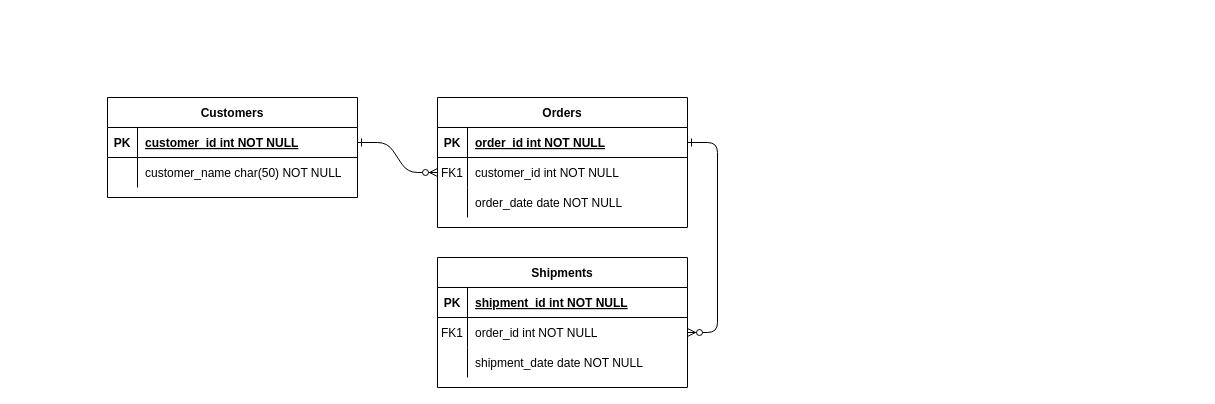
The draw.io diagram Untitled Diagram.drawio in TobiasRoland123/work, before the edit. Source tidied: cells renumbered, new cells numbered last; positions are measured from the earlier drawing's top-left corner, leaving out a move shared by most shapes. Both pictures are drawn from the tidied source at 100%, with x=0, y=0 at pixel (107, 97).
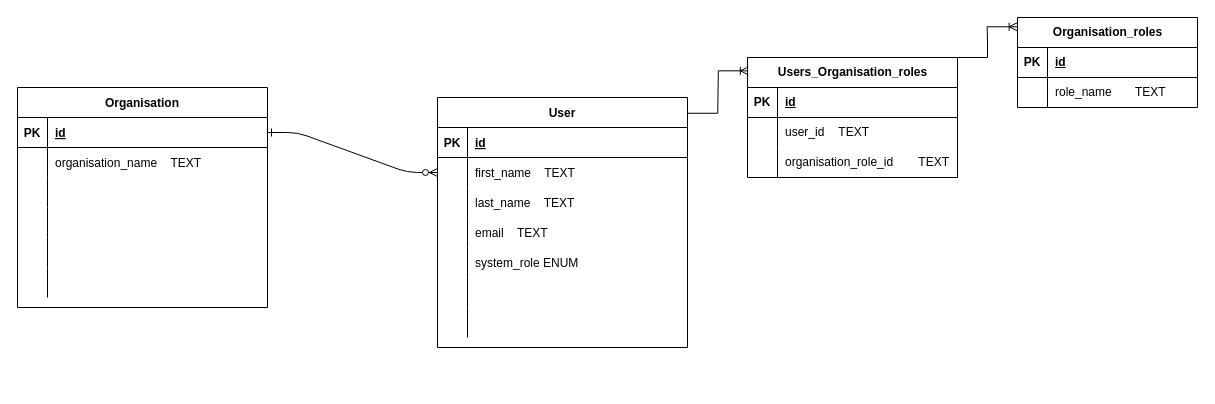
After the change.

Change to the diagram source:
```diff
@@
-    <mxCell id="2" style="edgeStyle=entityRelationEdgeStyle;endArrow=ERzeroToMany;startArrow=ERone;endFill=1;startFill=0;" parent="1" edge="1" source="25" target="8">
+    <mxCell id="2" style="edgeStyle=entityRelationEdgeStyle;endArrow=ERzeroToMany;startArrow=ERone;endFill=1;startFill=0;labelBackgroundColor=none;fontColor=default;" parent="1" edge="1" source="25" target="8">
       <mxGeometry relative="1" as="geometry" />
     </mxCell>
-    <mxCell id="3" style="edgeStyle=entityRelationEdgeStyle;endArrow=ERzeroToMany;startArrow=ERone;endFill=1;startFill=0;" parent="1" edge="1" source="5" target="18">
-      <mxGeometry relative="1" as="geometry" />
-    </mxCell>
-    <mxCell id="4" value="Orders" style="shape=table;startSize=30;childLayout=tableLayout;rowLines=0;fontStyle=1;align=center;" parent="1" vertex="1">
-      <mxGeometry x="330" width="250" height="130" as="geometry" />
+    <mxCell id="4" value="User" style="shape=table;startSize=30;childLayout=tableLayout;rowLines=0;fontStyle=1;align=center;labelBackgroundColor=none;" parent="1" vertex="1">
+      <mxGeometry x="330" width="250" height="250" as="geometry" />
     </mxCell>
-    <mxCell id="5" style="shape=partialRectangle;fillColor=none;points=[[0,0.5],[1,0.5]];portConstraint=eastwest;top=0;left=0;right=0;bottom=1;" parent="4" vertex="1">
+    <mxCell id="5" style="shape=partialRectangle;fillColor=none;points=[[0,0.5],[1,0.5]];portConstraint=eastwest;top=0;left=0;right=0;bottom=1;labelBackgroundColor=none;" parent="4" vertex="1">
       <mxGeometry y="30" width="250" height="30" as="geometry" />
     </mxCell>
-    <mxCell id="6" value="PK" style="shape=partialRectangle;overflow=hidden;fillColor=none;top=0;left=0;bottom=0;right=0;fontStyle=1;" parent="5" vertex="1">
+    <mxCell id="6" value="PK" style="shape=partialRectangle;overflow=hidden;fillColor=none;top=0;left=0;bottom=0;right=0;fontStyle=1;labelBackgroundColor=none;" parent="5" vertex="1">
       <mxGeometry width="30" height="30" as="geometry" />
     </mxCell>
-    <mxCell id="7" value="order_id int NOT NULL " style="shape=partialRectangle;overflow=hidden;fillColor=none;top=0;left=0;bottom=0;right=0;align=left;spacingLeft=6;fontStyle=5;" parent="5" vertex="1">
+    <mxCell id="7" value="id" style="shape=partialRectangle;overflow=hidden;fillColor=none;top=0;left=0;bottom=0;right=0;align=left;spacingLeft=6;fontStyle=5;labelBackgroundColor=none;" parent="5" vertex="1">
       <mxGeometry x="30" width="220" height="30" as="geometry" />
     </mxCell>
-    <mxCell id="8" style="shape=partialRectangle;fillColor=none;points=[[0,0.5],[1,0.5]];portConstraint=eastwest;top=0;left=0;right=0;bottom=0;" parent="4" vertex="1">
+    <mxCell id="8" style="shape=partialRectangle;fillColor=none;points=[[0,0.5],[1,0.5]];portConstraint=eastwest;top=0;left=0;right=0;bottom=0;labelBackgroundColor=none;" parent="4" vertex="1">
       <mxGeometry y="60" width="250" height="30" as="geometry" />
     </mxCell>
-    <mxCell id="9" value="FK1" style="shape=partialRectangle;overflow=hidden;fillColor=none;top=0;left=0;bottom=0;right=0;" parent="8" vertex="1">
+    <mxCell id="9" style="shape=partialRectangle;overflow=hidden;fillColor=none;top=0;left=0;bottom=0;right=0;labelBackgroundColor=none;" parent="8" vertex="1">
       <mxGeometry width="30" height="30" as="geometry" />
     </mxCell>
-    <mxCell id="10" value="customer_id int NOT NULL" style="shape=partialRectangle;overflow=hidden;fillColor=none;top=0;left=0;bottom=0;right=0;align=left;spacingLeft=6;" parent="8" vertex="1">
+    <mxCell id="10" value="first_name    TEXT" style="shape=partialRectangle;overflow=hidden;fillColor=none;top=0;left=0;bottom=0;right=0;align=left;spacingLeft=6;labelBackgroundColor=none;" parent="8" vertex="1">
       <mxGeometry x="30" width="220" height="30" as="geometry" />
     </mxCell>
-    <mxCell id="11" style="shape=partialRectangle;fillColor=none;top=0;left=0;right=0;bottom=0;" parent="4" vertex="1">
+    <mxCell id="11" style="shape=partialRectangle;fillColor=none;top=0;left=0;right=0;bottom=0;labelBackgroundColor=none;" parent="4" vertex="1">
       <mxGeometry y="90" width="250" height="30" as="geometry" />
     </mxCell>
-    <mxCell id="12" style="shape=partialRectangle;overflow=hidden;fillColor=none;top=0;left=0;bottom=0;right=0;" parent="11" vertex="1">
+    <mxCell id="12" style="shape=partialRectangle;overflow=hidden;fillColor=none;top=0;left=0;bottom=0;right=0;labelBackgroundColor=none;" parent="11" vertex="1">
       <mxGeometry width="30" height="30" as="geometry" />
     </mxCell>
-    <mxCell id="13" value="order_date date NOT NULL" style="shape=partialRectangle;overflow=hidden;fillColor=none;top=0;left=0;bottom=0;right=0;align=left;spacingLeft=6;" parent="11" vertex="1">
+    <mxCell id="13" value="last_name    TEXT" style="shape=partialRectangle;overflow=hidden;fillColor=none;top=0;left=0;bottom=0;right=0;align=left;spacingLeft=6;labelBackgroundColor=none;" parent="11" vertex="1">
       <mxGeometry x="30" width="220" height="30" as="geometry" />
     </mxCell>
-    <mxCell id="14" value="Shipments" style="shape=table;startSize=30;childLayout=tableLayout;rowLines=0;fontStyle=1;align=center;" parent="1" vertex="1">
-      <mxGeometry x="330" y="160" width="250" height="130" as="geometry" />
-    </mxCell>
-    <mxCell id="15" style="shape=partialRectangle;fillColor=none;top=0;left=0;right=0;bottom=1;" parent="14" vertex="1">
-      <mxGeometry y="30" width="250" height="30" as="geometry" />
-    </mxCell>
-    <mxCell id="16" value="PK" style="shape=partialRectangle;overflow=hidden;fillColor=none;top=0;left=0;bottom=0;right=0;fontStyle=1;" parent="15" vertex="1">
-      <mxGeometry width="30" height="30" as="geometry" />
-    </mxCell>
-    <mxCell id="17" value="shipment_id int NOT NULL " style="shape=partialRectangle;overflow=hidden;fillColor=none;top=0;left=0;bottom=0;right=0;align=left;spacingLeft=6;fontStyle=5;" parent="15" vertex="1">
-      <mxGeometry x="30" width="220" height="30" as="geometry" />
-    </mxCell>
-    <mxCell id="18" style="shape=partialRectangle;fillColor=none;points=[[0,0.5],[1,0.5]];portConstraint=eastwest;top=0;left=0;right=0;bottom=0;" parent="14" vertex="1">
-      <mxGeometry y="60" width="250" height="30" as="geometry" />
-    </mxCell>
-    <mxCell id="19" value="FK1" style="shape=partialRectangle;overflow=hidden;fillColor=none;top=0;left=0;bottom=0;right=0;" parent="18" vertex="1">
-      <mxGeometry width="30" height="30" as="geometry" />
-    </mxCell>
-    <mxCell id="20" value="order_id int NOT NULL" style="shape=partialRectangle;overflow=hidden;fillColor=none;top=0;left=0;bottom=0;right=0;align=left;spacingLeft=6;" parent="18" vertex="1">
-      <mxGeometry x="30" width="220" height="30" as="geometry" />
-    </mxCell>
-    <mxCell id="21" style="shape=partialRectangle;fillColor=none;top=0;left=0;right=0;bottom=0;" parent="14" vertex="1">
-      <mxGeometry y="90" width="250" height="30" as="geometry" />
-    </mxCell>
-    <mxCell id="22" style="shape=partialRectangle;overflow=hidden;fillColor=none;top=0;left=0;bottom=0;right=0;" parent="21" vertex="1">
-      <mxGeometry width="30" height="30" as="geometry" />
-    </mxCell>
-    <mxCell id="23" value="shipment_date date NOT NULL" style="shape=partialRectangle;overflow=hidden;fillColor=none;top=0;left=0;bottom=0;right=0;align=left;spacingLeft=6;" parent="21" vertex="1">
-      <mxGeometry x="30" width="220" height="30" as="geometry" />
-    </mxCell>
+    <mxCell id="31" style="shape=partialRectangle;fillColor=none;top=0;left=0;right=0;bottom=0;labelBackgroundColor=none;" parent="4" vertex="1">
+      <mxGeometry y="120" width="250" height="30" as="geometry" />
+    </mxCell>
+    <mxCell id="32" style="shape=partialRectangle;overflow=hidden;fillColor=none;top=0;left=0;bottom=0;right=0;labelBackgroundColor=none;" parent="31" vertex="1">
+      <mxGeometry width="30" height="30" as="geometry" />
+    </mxCell>
+    <mxCell id="33" value="email    TEXT" style="shape=partialRectangle;overflow=hidden;fillColor=none;top=0;left=0;bottom=0;right=0;align=left;spacingLeft=6;labelBackgroundColor=none;" parent="31" vertex="1">
+      <mxGeometry x="30" width="220" height="30" as="geometry" />
+    </mxCell>
+    <mxCell id="34" style="shape=partialRectangle;fillColor=none;top=0;left=0;right=0;bottom=0;labelBackgroundColor=none;" parent="4" vertex="1">
+      <mxGeometry y="150" width="250" height="30" as="geometry" />
+    </mxCell>
+    <mxCell id="35" style="shape=partialRectangle;overflow=hidden;fillColor=none;top=0;left=0;bottom=0;right=0;labelBackgroundColor=none;" parent="34" vertex="1">
+      <mxGeometry width="30" height="30" as="geometry" />
+    </mxCell>
+    <mxCell id="36" value="system_role ENUM" style="shape=partialRectangle;overflow=hidden;fillColor=none;top=0;left=0;bottom=0;right=0;align=left;spacingLeft=6;labelBackgroundColor=none;" parent="34" vertex="1">
+      <mxGeometry x="30" width="220" height="30" as="geometry" />
+    </mxCell>
+    <mxCell id="37" style="shape=partialRectangle;fillColor=none;top=0;left=0;right=0;bottom=0;labelBackgroundColor=none;" parent="4" vertex="1">
+      <mxGeometry y="180" width="250" height="30" as="geometry" />
+    </mxCell>
+    <mxCell id="38" style="shape=partialRectangle;overflow=hidden;fillColor=none;top=0;left=0;bottom=0;right=0;labelBackgroundColor=none;" parent="37" vertex="1">
+      <mxGeometry width="30" height="30" as="geometry" />
+    </mxCell>
+    <mxCell id="39" style="shape=partialRectangle;overflow=hidden;fillColor=none;top=0;left=0;bottom=0;right=0;align=left;spacingLeft=6;labelBackgroundColor=none;" parent="37" vertex="1">
+      <mxGeometry x="30" width="220" height="30" as="geometry" />
+    </mxCell>
+    <mxCell id="40" style="shape=partialRectangle;fillColor=none;top=0;left=0;right=0;bottom=0;labelBackgroundColor=none;" parent="4" vertex="1">
+      <mxGeometry y="210" width="250" height="30" as="geometry" />
+    </mxCell>
+    <mxCell id="41" style="shape=partialRectangle;overflow=hidden;fillColor=none;top=0;left=0;bottom=0;right=0;labelBackgroundColor=none;" parent="40" vertex="1">
+      <mxGeometry width="30" height="30" as="geometry" />
+    </mxCell>
+    <mxCell id="42" style="shape=partialRectangle;overflow=hidden;fillColor=none;top=0;left=0;bottom=0;right=0;align=left;spacingLeft=6;labelBackgroundColor=none;" parent="40" vertex="1">
+      <mxGeometry x="30" width="220" height="30" as="geometry" />
+    </mxCell>
-    <mxCell id="24" value="Customers" style="shape=table;startSize=30;childLayout=tableLayout;rowLines=0;fontStyle=1;align=center;" parent="1" vertex="1">
-      <mxGeometry width="250" height="100" as="geometry" />
+    <mxCell id="24" value="Organisation" style="shape=table;startSize=30;childLayout=tableLayout;rowLines=0;fontStyle=1;align=center;labelBackgroundColor=none;" parent="1" vertex="1">
+      <mxGeometry x="-90" y="-10" width="250" height="220" as="geometry" />
     </mxCell>
-    <mxCell id="25" style="shape=partialRectangle;fillColor=none;points=[[0,0.5],[1,0.5]];portConstraint=eastwest;top=0;left=0;right=0;bottom=1;" parent="24" vertex="1">
+    <mxCell id="25" style="shape=partialRectangle;fillColor=none;points=[[0,0.5],[1,0.5]];portConstraint=eastwest;top=0;left=0;right=0;bottom=1;labelBackgroundColor=none;" parent="24" vertex="1">
       <mxGeometry y="30" width="250" height="30" as="geometry" />
     </mxCell>
-    <mxCell id="26" value="PK" style="shape=partialRectangle;overflow=hidden;fillColor=none;top=0;left=0;bottom=0;right=0;fontStyle=1;" parent="25" vertex="1">
+    <mxCell id="26" value="PK" style="shape=partialRectangle;overflow=hidden;fillColor=none;top=0;left=0;bottom=0;right=0;fontStyle=1;labelBackgroundColor=none;" parent="25" vertex="1">
       <mxGeometry width="30" height="30" as="geometry" />
     </mxCell>
-    <mxCell id="27" value="customer_id int NOT NULL " style="shape=partialRectangle;overflow=hidden;fillColor=none;top=0;left=0;bottom=0;right=0;align=left;spacingLeft=6;fontStyle=5;" parent="25" vertex="1">
+    <mxCell id="27" value="id" style="shape=partialRectangle;overflow=hidden;fillColor=none;top=0;left=0;bottom=0;right=0;align=left;spacingLeft=6;fontStyle=5;labelBackgroundColor=none;" parent="25" vertex="1">
       <mxGeometry x="30" width="220" height="30" as="geometry" />
     </mxCell>
-    <mxCell id="28" style="shape=partialRectangle;fillColor=none;top=0;left=0;right=0;bottom=0;" parent="24" vertex="1">
+    <mxCell id="28" style="shape=partialRectangle;fillColor=none;top=0;left=0;right=0;bottom=0;labelBackgroundColor=none;" parent="24" vertex="1">
       <mxGeometry y="60" width="250" height="30" as="geometry" />
     </mxCell>
-    <mxCell id="29" style="shape=partialRectangle;overflow=hidden;fillColor=none;top=0;left=0;bottom=0;right=0;" parent="28" vertex="1">
+    <mxCell id="29" style="shape=partialRectangle;overflow=hidden;fillColor=none;top=0;left=0;bottom=0;right=0;labelBackgroundColor=none;" parent="28" vertex="1">
       <mxGeometry width="30" height="30" as="geometry" />
     </mxCell>
-    <mxCell id="30" value="customer_name char(50) NOT NULL" style="shape=partialRectangle;overflow=hidden;fillColor=none;top=0;left=0;bottom=0;right=0;align=left;spacingLeft=6;" parent="28" vertex="1">
+    <mxCell id="30" value="organisation_name    TEXT " style="shape=partialRectangle;overflow=hidden;fillColor=none;top=0;left=0;bottom=0;right=0;align=left;spacingLeft=6;labelBackgroundColor=none;" parent="28" vertex="1">
       <mxGeometry x="30" width="220" height="30" as="geometry" />
     </mxCell>
+    <mxCell id="43" style="shape=partialRectangle;fillColor=none;top=0;left=0;right=0;bottom=0;labelBackgroundColor=none;" parent="24" vertex="1">
+      <mxGeometry y="90" width="250" height="30" as="geometry" />
+    </mxCell>
+    <mxCell id="44" style="shape=partialRectangle;overflow=hidden;fillColor=none;top=0;left=0;bottom=0;right=0;labelBackgroundColor=none;" parent="43" vertex="1">
+      <mxGeometry width="30" height="30" as="geometry" />
+    </mxCell>
+    <mxCell id="45" style="shape=partialRectangle;overflow=hidden;fillColor=none;top=0;left=0;bottom=0;right=0;align=left;spacingLeft=6;labelBackgroundColor=none;" parent="43" vertex="1">
+      <mxGeometry x="30" width="220" height="30" as="geometry" />
+    </mxCell>
+    <mxCell id="46" style="shape=partialRectangle;fillColor=none;top=0;left=0;right=0;bottom=0;labelBackgroundColor=none;" parent="24" vertex="1">
+      <mxGeometry y="120" width="250" height="30" as="geometry" />
+    </mxCell>
+    <mxCell id="47" style="shape=partialRectangle;overflow=hidden;fillColor=none;top=0;left=0;bottom=0;right=0;labelBackgroundColor=none;" parent="46" vertex="1">
+      <mxGeometry width="30" height="30" as="geometry" />
+    </mxCell>
+    <mxCell id="48" style="shape=partialRectangle;overflow=hidden;fillColor=none;top=0;left=0;bottom=0;right=0;align=left;spacingLeft=6;labelBackgroundColor=none;" parent="46" vertex="1">
+      <mxGeometry x="30" width="220" height="30" as="geometry" />
+    </mxCell>
+    <mxCell id="49" style="shape=partialRectangle;fillColor=none;top=0;left=0;right=0;bottom=0;labelBackgroundColor=none;" parent="24" vertex="1">
+      <mxGeometry y="150" width="250" height="30" as="geometry" />
+    </mxCell>
+    <mxCell id="50" style="shape=partialRectangle;overflow=hidden;fillColor=none;top=0;left=0;bottom=0;right=0;labelBackgroundColor=none;" parent="49" vertex="1">
+      <mxGeometry width="30" height="30" as="geometry" />
+    </mxCell>
+    <mxCell id="51" style="shape=partialRectangle;overflow=hidden;fillColor=none;top=0;left=0;bottom=0;right=0;align=left;spacingLeft=6;labelBackgroundColor=none;" parent="49" vertex="1">
+      <mxGeometry x="30" width="220" height="30" as="geometry" />
+    </mxCell>
+    <mxCell id="52" style="shape=partialRectangle;fillColor=none;top=0;left=0;right=0;bottom=0;labelBackgroundColor=none;" parent="24" vertex="1">
+      <mxGeometry y="180" width="250" height="30" as="geometry" />
+    </mxCell>
+    <mxCell id="53" style="shape=partialRectangle;overflow=hidden;fillColor=none;top=0;left=0;bottom=0;right=0;labelBackgroundColor=none;" parent="52" vertex="1">
+      <mxGeometry width="30" height="30" as="geometry" />
+    </mxCell>
+    <mxCell id="54" style="shape=partialRectangle;overflow=hidden;fillColor=none;top=0;left=0;bottom=0;right=0;align=left;spacingLeft=6;labelBackgroundColor=none;" parent="52" vertex="1">
+      <mxGeometry x="30" width="220" height="30" as="geometry" />
+    </mxCell>
+    <mxCell id="55" value="Organisation_roles" style="shape=table;startSize=30;childLayout=tableLayout;rowLines=0;fontStyle=1;align=center;html=1;" parent="1" vertex="1">
+      <mxGeometry x="910" y="-80" width="180" height="90" as="geometry" />
+    </mxCell>
+    <mxCell id="56" style="shape=tableRow;horizontal=0;startSize=0;swimlaneHead=0;swimlaneBody=0;fillColor=none;top=0;left=0;right=0;bottom=1;" parent="55" vertex="1">
+      <mxGeometry y="30" width="180" height="30" as="geometry" />
+    </mxCell>
+    <mxCell id="57" value="PK" style="shape=partialRectangle;fillColor=none;top=0;left=0;bottom=0;right=0;fontStyle=1;overflow=hidden;whiteSpace=wrap;html=1;" parent="56" vertex="1">
+      <mxGeometry width="30" height="30" as="geometry" />
+    </mxCell>
+    <mxCell id="58" value="id" style="shape=partialRectangle;fillColor=none;top=0;left=0;bottom=0;right=0;align=left;spacingLeft=6;fontStyle=5;overflow=hidden;whiteSpace=wrap;html=1;" parent="56" vertex="1">
+      <mxGeometry x="30" width="150" height="30" as="geometry" />
+    </mxCell>
+    <mxCell id="59" style="shape=tableRow;horizontal=0;startSize=0;swimlaneHead=0;swimlaneBody=0;fillColor=none;top=0;left=0;right=0;bottom=0;" parent="55" vertex="1">
+      <mxGeometry y="60" width="180" height="30" as="geometry" />
+    </mxCell>
+    <mxCell id="60" style="shape=partialRectangle;fillColor=none;top=0;left=0;bottom=0;right=0;overflow=hidden;whiteSpace=wrap;html=1;" parent="59" vertex="1">
+      <mxGeometry width="30" height="30" as="geometry" />
+    </mxCell>
+    <mxCell id="61" value="role_name&lt;span style=&quot;white-space: pre;&quot;&gt;&#9;&lt;/span&gt;TEXT" style="shape=partialRectangle;fillColor=none;top=0;left=0;bottom=0;right=0;align=left;spacingLeft=6;overflow=hidden;whiteSpace=wrap;html=1;" parent="59" vertex="1">
+      <mxGeometry x="30" width="150" height="30" as="geometry" />
+    </mxCell>
+    <mxCell id="62" value="Users_Organisation_roles" style="shape=table;startSize=30;childLayout=tableLayout;rowLines=0;fontStyle=1;align=center;html=1;" parent="1" vertex="1">
+      <mxGeometry x="640" y="-40" width="210" height="120" as="geometry" />
+    </mxCell>
+    <mxCell id="63" style="shape=tableRow;horizontal=0;startSize=0;swimlaneHead=0;swimlaneBody=0;fillColor=none;top=0;left=0;right=0;bottom=1;" parent="62" vertex="1">
+      <mxGeometry y="30" width="210" height="30" as="geometry" />
+    </mxCell>
+    <mxCell id="64" value="PK" style="shape=partialRectangle;fillColor=none;top=0;left=0;bottom=0;right=0;fontStyle=1;overflow=hidden;whiteSpace=wrap;html=1;" parent="63" vertex="1">
+      <mxGeometry width="30" height="30" as="geometry" />
+    </mxCell>
+    <mxCell id="65" value="id" style="shape=partialRectangle;fillColor=none;top=0;left=0;bottom=0;right=0;align=left;spacingLeft=6;fontStyle=5;overflow=hidden;whiteSpace=wrap;html=1;" parent="63" vertex="1">
+      <mxGeometry x="30" width="180" height="30" as="geometry" />
+    </mxCell>
+    <mxCell id="66" style="shape=tableRow;horizontal=0;startSize=0;swimlaneHead=0;swimlaneBody=0;fillColor=none;top=0;left=0;right=0;bottom=0;" parent="62" vertex="1">
+      <mxGeometry y="60" width="210" height="30" as="geometry" />
+    </mxCell>
+    <mxCell id="67" style="shape=partialRectangle;fillColor=none;top=0;left=0;bottom=0;right=0;overflow=hidden;whiteSpace=wrap;html=1;" parent="66" vertex="1">
+      <mxGeometry width="30" height="30" as="geometry" />
+    </mxCell>
+    <mxCell id="68" value="user_id&lt;span style=&quot;white-space: pre;&quot;&gt;&#9;&lt;/span&gt;TEXT" style="shape=partialRectangle;fillColor=none;top=0;left=0;bottom=0;right=0;align=left;spacingLeft=6;overflow=hidden;whiteSpace=wrap;html=1;" parent="66" vertex="1">
+      <mxGeometry x="30" width="180" height="30" as="geometry" />
+    </mxCell>
+    <mxCell id="69" style="shape=tableRow;horizontal=0;startSize=0;swimlaneHead=0;swimlaneBody=0;fillColor=none;top=0;left=0;right=0;bottom=0;" parent="62" vertex="1">
+      <mxGeometry y="90" width="210" height="30" as="geometry" />
+    </mxCell>
+    <mxCell id="70" style="shape=partialRectangle;fillColor=none;top=0;left=0;bottom=0;right=0;overflow=hidden;whiteSpace=wrap;html=1;" parent="69" vertex="1">
+      <mxGeometry width="30" height="30" as="geometry" />
+    </mxCell>
+    <mxCell id="71" value="organisation_role_id&lt;span style=&quot;white-space: pre;&quot;&gt;&#9;&lt;/span&gt;TEXT" style="shape=partialRectangle;fillColor=none;top=0;left=0;bottom=0;right=0;align=left;spacingLeft=6;overflow=hidden;whiteSpace=wrap;html=1;" parent="69" vertex="1">
+      <mxGeometry x="30" width="180" height="30" as="geometry" />
+    </mxCell>
+    <mxCell id="72" style="edgeStyle=entityRelationEdgeStyle;fontSize=12;html=1;endArrow=ERoneToMany;rounded=0;exitX=1.001;exitY=0.063;exitDx=0;exitDy=0;exitPerimeter=0;entryX=0.004;entryY=0.111;entryDx=0;entryDy=0;entryPerimeter=0;" parent="1" edge="1" source="4" target="62">
+      <mxGeometry relative="1" as="geometry" />
+    </mxCell>
+    <mxCell id="73" style="edgeStyle=entityRelationEdgeStyle;fontSize=12;html=1;endArrow=ERoneToMany;rounded=0;entryX=-0.002;entryY=0.103;entryDx=0;entryDy=0;exitX=1;exitY=0;exitDx=0;exitDy=0;entryPerimeter=0;" parent="1" edge="1" source="62" target="55">
+      <mxGeometry relative="1" as="geometry" />
+    </mxCell>
```
